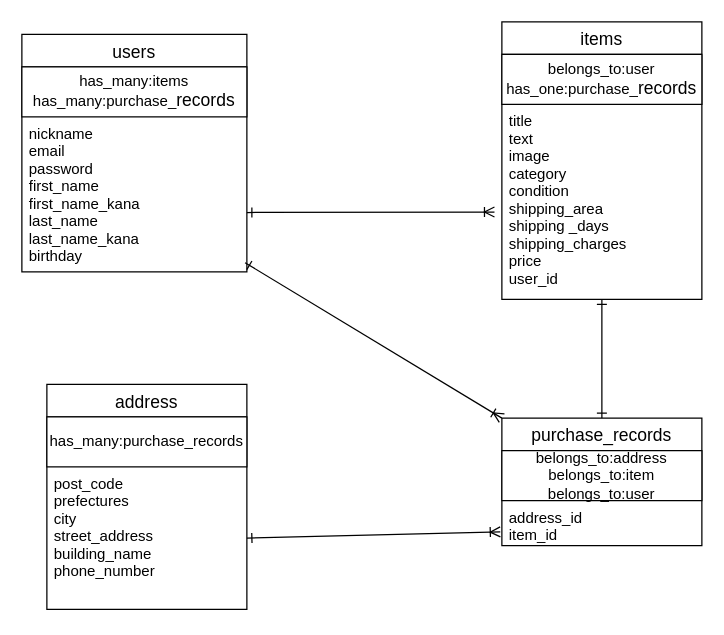
Earlier version of the draw.io diagram ER.dio (becko629/furima-39392). Source tidied: cells renumbered, new cells numbered last; positions are measured from the earlier drawing's top-left corner, leaving out a move shared by most shapes. Both pictures are drawn from the tidied source at 125%, with x=0, y=0 at pixel (21, 21).
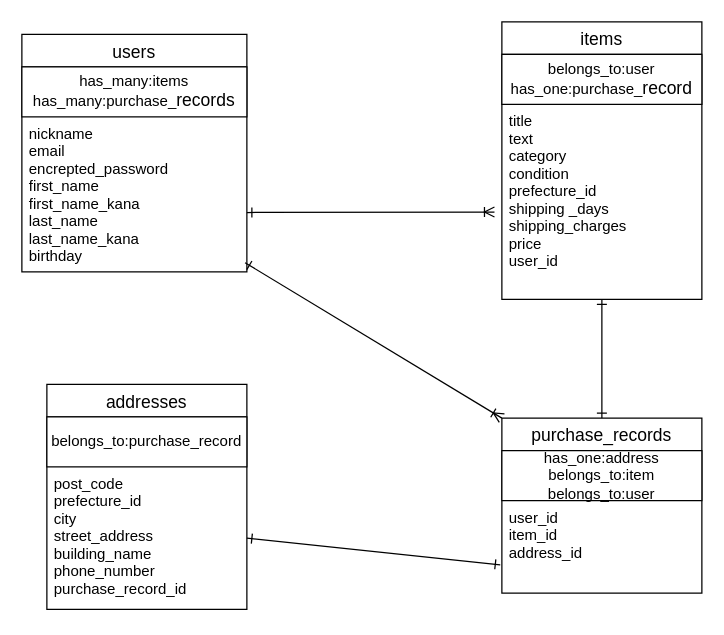
The same diagram, later.

Commit message (it also covers changes not shown here):
ER図、READMEの設計の修正

The edit, as a diff of the source:
```diff
@@
 <mxGraphModel>
   <root>
     <mxCell id="0" />
     <mxCell id="1" parent="0" />
     <mxCell id="2" style="html=1;exitX=1;exitY=0.75;exitDx=0;exitDy=0;entryX=-0.037;entryY=0.552;entryDx=0;entryDy=0;entryPerimeter=0;startArrow=ERone;startFill=0;endArrow=ERoneToMany;endFill=0;" parent="1" edge="1" source="3" target="12">
       <mxGeometry relative="1" as="geometry" />
     </mxCell>
     <mxCell id="3" value="users" style="swimlane;fontStyle=0;horizontal=1;startSize=26;align=center;fontSize=14;" parent="1" vertex="1">
       <mxGeometry y="10" width="180" height="190" as="geometry" />
     </mxCell>
     <mxCell id="4" value="has_many:items&lt;br&gt;has_many:purchase_&lt;span style=&quot;font-size: 14px;&quot;&gt;records&lt;/span&gt;" style="whiteSpace=wrap;html=1;align=center;" parent="3" vertex="1">
       <mxGeometry y="26" width="180" height="40" as="geometry" />
     </mxCell>
-    <mxCell id="5" value="nickname&#10;email&#10;password&#10;first_name&#10;first_name_kana&#10;last_name&#10;last_name_kana&#10;birthday" style="text;strokeColor=none;fillColor=none;spacingLeft=4;spacingRight=4;overflow=hidden;points=[[0,0.5],[1,0.5]];portConstraint=eastwest;fontSize=12;" parent="3" vertex="1">
+    <mxCell id="5" value="nickname&#10;email&#10;encrepted_password&#10;first_name&#10;first_name_kana&#10;last_name&#10;last_name_kana&#10;birthday" style="text;strokeColor=none;fillColor=none;spacingLeft=4;spacingRight=4;overflow=hidden;points=[[0,0.5],[1,0.5]];portConstraint=eastwest;fontSize=12;" parent="3" vertex="1">
       <mxGeometry y="66" width="180" height="124" as="geometry" />
     </mxCell>
-    <mxCell id="6" value="address" style="swimlane;fontStyle=0;horizontal=1;startSize=26;align=center;fontSize=14;" parent="1" vertex="1">
+    <mxCell id="6" value="addresses" style="swimlane;fontStyle=0;horizontal=1;startSize=26;align=center;fontSize=14;" parent="1" vertex="1">
       <mxGeometry x="20" y="290" width="160" height="180" as="geometry" />
     </mxCell>
-    <mxCell id="7" value="has_many:purchase_records" style="whiteSpace=wrap;html=1;align=center;" parent="6" vertex="1">
+    <mxCell id="7" value="belongs_to:purchase_record" style="whiteSpace=wrap;html=1;align=center;" parent="6" vertex="1">
       <mxGeometry y="26" width="160" height="40" as="geometry" />
     </mxCell>
-    <mxCell id="8" value="post_code&#10;prefectures&#10;city&#10;street_address&#10;building_name&#10;phone_number&#10;" style="text;strokeColor=none;fillColor=none;spacingLeft=4;spacingRight=4;overflow=hidden;points=[[0,0.5],[1,0.5]];portConstraint=eastwest;fontSize=12;" parent="6" vertex="1">
+    <mxCell id="8" value="post_code&#10;prefecture_id&#10;city&#10;street_address&#10;building_name&#10;phone_number&#10;purchase_record_id" style="text;strokeColor=none;fillColor=none;spacingLeft=4;spacingRight=4;overflow=hidden;points=[[0,0.5],[1,0.5]];portConstraint=eastwest;fontSize=12;" parent="6" vertex="1">
       <mxGeometry y="66" width="160" height="114" as="geometry" />
     </mxCell>
     <mxCell id="9" style="edgeStyle=none;html=1;exitX=0.5;exitY=1;exitDx=0;exitDy=0;entryX=0.5;entryY=0;entryDx=0;entryDy=0;startArrow=ERone;startFill=0;endArrow=ERone;endFill=0;" parent="1" edge="1" source="10" target="14">
       <mxGeometry relative="1" as="geometry" />
     </mxCell>
     <mxCell id="10" value="items" style="swimlane;fontStyle=0;horizontal=1;startSize=26;align=center;fontSize=14;" parent="1" vertex="1">
       <mxGeometry x="384" width="160" height="222" as="geometry" />
     </mxCell>
-    <mxCell id="11" value="belongs_to:user&lt;br&gt;has_one:purchase_&lt;span style=&quot;font-size: 14px;&quot;&gt;records&lt;/span&gt;" style="whiteSpace=wrap;html=1;align=center;" parent="10" vertex="1">
+    <mxCell id="11" value="belongs_to:user&lt;br&gt;has_one:purchase_&lt;span style=&quot;font-size: 14px;&quot;&gt;record&lt;/span&gt;" style="whiteSpace=wrap;html=1;align=center;" parent="10" vertex="1">
       <mxGeometry y="26" width="160" height="40" as="geometry" />
     </mxCell>
-    <mxCell id="12" value="title&#10;text&#10;image&#10;category&#10;condition&#10;shipping_area&#10;shipping _days&#10;shipping_charges&#10;price&#10;user_id" style="text;strokeColor=none;fillColor=none;spacingLeft=4;spacingRight=4;overflow=hidden;points=[[0,0.5],[1,0.5]];portConstraint=eastwest;fontSize=12;" parent="10" vertex="1">
+    <mxCell id="12" value="title&#10;text&#10;category&#10;condition&#10;prefecture_id&#10;shipping _days&#10;shipping_charges&#10;price&#10;user_id" style="text;strokeColor=none;fillColor=none;spacingLeft=4;spacingRight=4;overflow=hidden;points=[[0,0.5],[1,0.5]];portConstraint=eastwest;fontSize=12;" parent="10" vertex="1">
       <mxGeometry y="66" width="160" height="156" as="geometry" />
     </mxCell>
     <mxCell id="13" style="edgeStyle=none;html=1;exitX=0;exitY=0;exitDx=0;exitDy=0;entryX=0.992;entryY=0.941;entryDx=0;entryDy=0;entryPerimeter=0;startArrow=ERoneToMany;startFill=0;endArrow=ERone;endFill=0;" parent="1" edge="1" source="14" target="5">
       <mxGeometry relative="1" as="geometry" />
     </mxCell>
     <mxCell id="14" value="purchase_records" style="swimlane;fontStyle=0;horizontal=1;startSize=26;align=center;fontSize=14;" parent="1" vertex="1">
-      <mxGeometry x="384" y="317" width="160" height="102" as="geometry" />
+      <mxGeometry x="384" y="317" width="160" height="140" as="geometry" />
     </mxCell>
-    <mxCell id="15" value="belongs_to:address&lt;br&gt;belongs_to:item&lt;br&gt;belongs_to:user" style="whiteSpace=wrap;html=1;align=center;" parent="14" vertex="1">
+    <mxCell id="15" value="has_one:address&lt;br&gt;belongs_to:item&lt;br&gt;belongs_to:user" style="whiteSpace=wrap;html=1;align=center;" parent="14" vertex="1">
       <mxGeometry y="26" width="160" height="40" as="geometry" />
     </mxCell>
-    <mxCell id="16" value="address_id&#10;item_id" style="text;strokeColor=none;fillColor=none;spacingLeft=4;spacingRight=4;overflow=hidden;points=[[0,0.5],[1,0.5]];portConstraint=eastwest;fontSize=12;" parent="14" vertex="1">
-      <mxGeometry y="66" width="160" height="36" as="geometry" />
+    <mxCell id="16" value="user_id&#10;item_id&#10;address_id" style="text;strokeColor=none;fillColor=none;spacingLeft=4;spacingRight=4;overflow=hidden;points=[[0,0.5],[1,0.5]];portConstraint=eastwest;fontSize=12;" parent="14" vertex="1">
+      <mxGeometry y="66" width="160" height="74" as="geometry" />
     </mxCell>
-    <mxCell id="17" style="edgeStyle=none;html=1;exitX=1;exitY=0.5;exitDx=0;exitDy=0;entryX=-0.008;entryY=0.694;entryDx=0;entryDy=0;entryPerimeter=0;startArrow=ERone;startFill=0;endArrow=ERoneToMany;endFill=0;" parent="1" edge="1" source="8" target="16">
+    <mxCell id="17" style="edgeStyle=none;html=1;exitX=1;exitY=0.5;exitDx=0;exitDy=0;entryX=-0.008;entryY=0.694;entryDx=0;entryDy=0;entryPerimeter=0;startArrow=ERone;startFill=0;endArrow=ERone;endFill=0;" parent="1" edge="1" source="8" target="16">
       <mxGeometry relative="1" as="geometry" />
     </mxCell>
   </root>
 </mxGraphModel>
```
